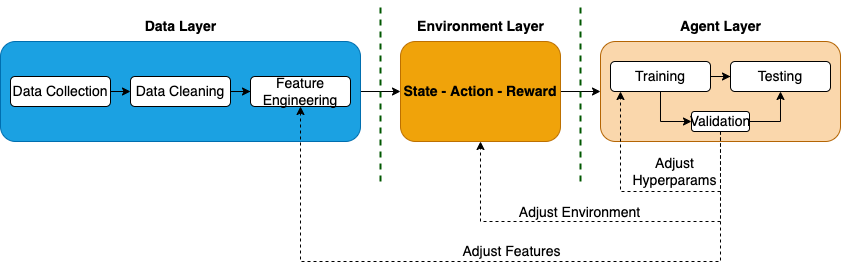
The draw.io diagram itt-presentation/img/navrh_reseni.png in zdeneklapes/ibt, before a commit. Source tidied: cells renumbered, new cells last; positions are measured from the earlier drawing's top-left corner, leaving out a move shared by most shapes.
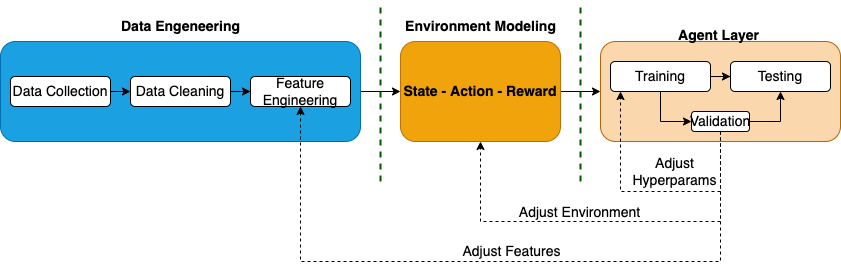
The same file after the commit.

The edit, as a diff of the source:
```diff
@@ -41,11 +41,11 @@
         <mxPoint x="580" as="targetPoint" />
       </mxGeometry>
     </mxCell>
-    <mxCell id="13" value="&lt;b style=&quot;font-size: 14px;&quot;&gt;Data Layer&lt;/b&gt;" style="text;html=1;align=center;verticalAlign=middle;strokeColor=none;fillColor=none;fontSize=14;" parent="1" vertex="1">
-      <mxGeometry x="130" y="10" width="100" height="30" as="geometry" />
+    <mxCell id="13" value="&lt;b style=&quot;font-size: 14px;&quot;&gt;Data Engeneering&lt;/b&gt;" style="text;html=1;align=center;verticalAlign=middle;strokeColor=none;fillColor=none;fontSize=14;" parent="1" vertex="1">
+      <mxGeometry x="110" y="10" width="140" height="30" as="geometry" />
     </mxCell>
-    <mxCell id="14" value="&lt;b style=&quot;font-size: 14px;&quot;&gt;Environment Layer&lt;/b&gt;" style="text;html=1;align=center;verticalAlign=middle;strokeColor=none;fillColor=none;fontSize=14;" parent="1" vertex="1">
-      <mxGeometry x="405" y="10" width="150" height="30" as="geometry" />
+    <mxCell id="14" value="&lt;b style=&quot;font-size: 14px;&quot;&gt;Environment Modeling&lt;/b&gt;" style="text;html=1;align=center;verticalAlign=middle;strokeColor=none;fillColor=none;fontSize=14;" parent="1" vertex="1">
+      <mxGeometry x="395" y="10" width="170" height="30" as="geometry" />
     </mxCell>
     <mxCell id="15" style="rounded=1;whiteSpace=wrap;html=1;fillColor=#fad7ac;strokeColor=#b46504;fontSize=14;" parent="1" vertex="1">
       <mxGeometry x="600" y="40" width="240" height="100" as="geometry" />
@@ -62,8 +62,8 @@
     <mxCell id="19" value="Testing" style="rounded=1;whiteSpace=wrap;html=1;fontSize=14;" parent="1" vertex="1">
       <mxGeometry x="730" y="60" width="100" height="30" as="geometry" />
     </mxCell>
-    <mxCell id="20" value="&lt;b style=&quot;font-size: 14px;&quot;&gt;Agent Layer&lt;/b&gt;" style="text;html=1;align=center;verticalAlign=middle;strokeColor=none;fillColor=none;fontSize=14;" parent="1" vertex="1">
-      <mxGeometry x="670" y="10" width="100" height="30" as="geometry" />
+    <mxCell id="20" value="&lt;b&gt;Agent Layer&lt;/b&gt;" style="text;html=1;align=center;verticalAlign=middle;strokeColor=none;fillColor=none;fontSize=14;" parent="1" vertex="1">
+      <mxGeometry x="668" y="19" width="100" height="30" as="geometry" />
     </mxCell>
     <mxCell id="21" style="edgeStyle=orthogonalEdgeStyle;rounded=0;jettySize=auto;html=1;exitX=1;exitY=0.5;exitDx=0;exitDy=0;entryX=0.5;entryY=1;entryDx=0;entryDy=0;fontSize=14;" parent="1" edge="1" source="26" target="19">
       <mxGeometry relative="1" as="geometry" />
```
